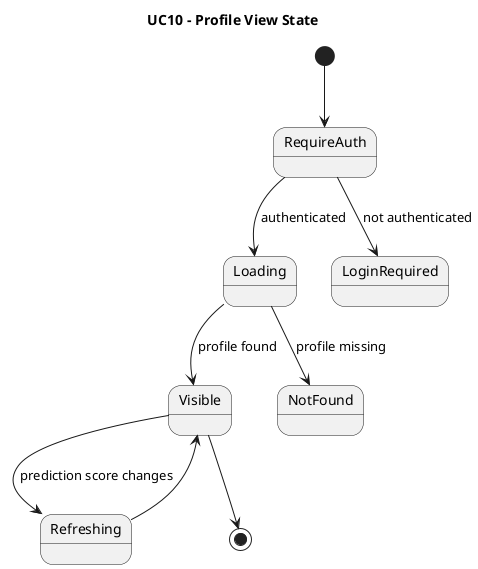
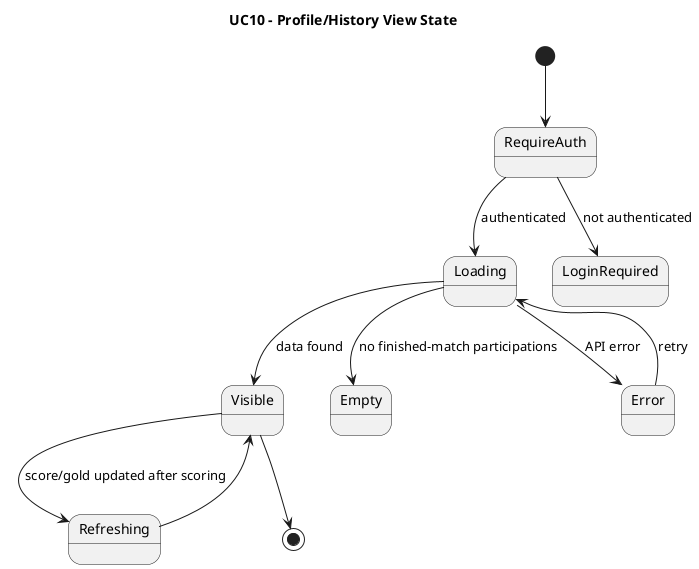
@startuml
- title UC10 - Profile View State
+ title UC10 - Profile/History View State
[*] --> RequireAuth
RequireAuth --> Loading : authenticated
RequireAuth --> LoginRequired : not authenticated
- Loading --> Visible : profile found
- Loading --> NotFound : profile missing
- Visible --> Refreshing : prediction score changes
+ Loading --> Visible : data found
+ Loading --> Empty : no finished-match participations
+ Loading --> Error : API error
+ Error --> Loading : retry
+ Visible --> Refreshing : score/gold updated after scoring
Refreshing --> Visible
Visible --> [*]
@enduml
